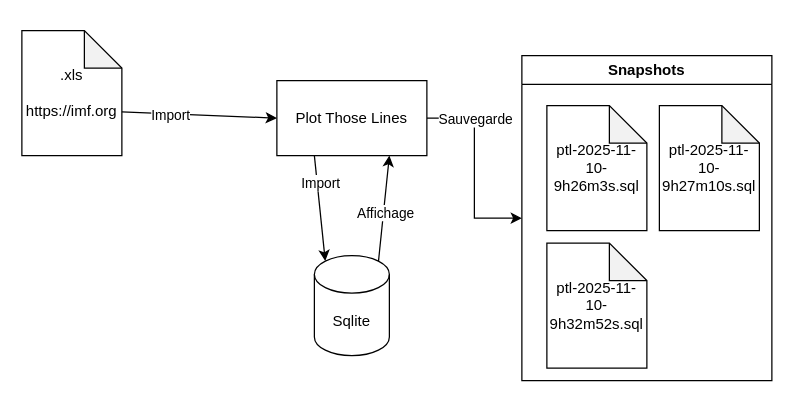
The draw.io diagram doc/schema.drawio in ASETML/PlotThoseLines, before the edit. Source tidied: cells renumbered, new cells numbered last; positions are measured from the earlier drawing's top-left corner, leaving out a move shared by most shapes. Both pictures are drawn from the tidied source at 125%, with x=0, y=0 at pixel (21, 30).
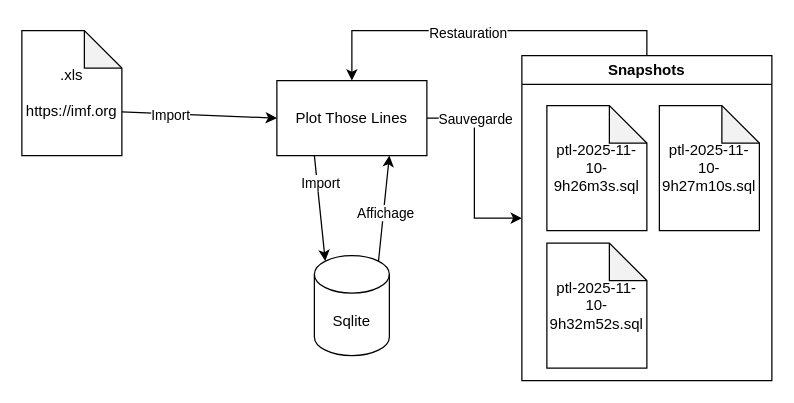
After the change.

Commit message (it also covers changes not shown here):
doc(schema): Ajout de la restauration au schéma

The change refers to these unchanged cells:
```xml
<mxCell id="5" value="Plot Those Lines" style="rounded=0;whiteSpace=wrap;html=1;" parent="1" vertex="1">
  <mxGeometry x="204" y="40" width="120" height="60" as="geometry" />
</mxCell>
<mxCell id="13" value="Snapshots" style="swimlane;whiteSpace=wrap;html=1;" parent="1" vertex="1">
  <mxGeometry x="400" y="20" width="200" height="260" as="geometry" />
</mxCell>
```

Change to the diagram source:
```diff
@@
+    <mxCell id="17" style="edgeStyle=orthogonalEdgeStyle;rounded=0;jettySize=auto;html=1;entryX=0.5;entryY=0;entryDx=0;entryDy=0;" parent="1" edge="1" source="13" target="5">
+      <mxGeometry relative="1" as="geometry">
+        <Array as="points">
+          <mxPoint x="500" />
+          <mxPoint x="264" />
+        </Array>
+      </mxGeometry>
+    </mxCell>
+    <mxCell id="18" value="Restauration" style="edgeLabel;html=1;align=center;verticalAlign=middle;" parent="17" vertex="1">
+      <mxGeometry x="0.11" y="1" relative="1" as="geometry" />
+    </mxCell>
```
